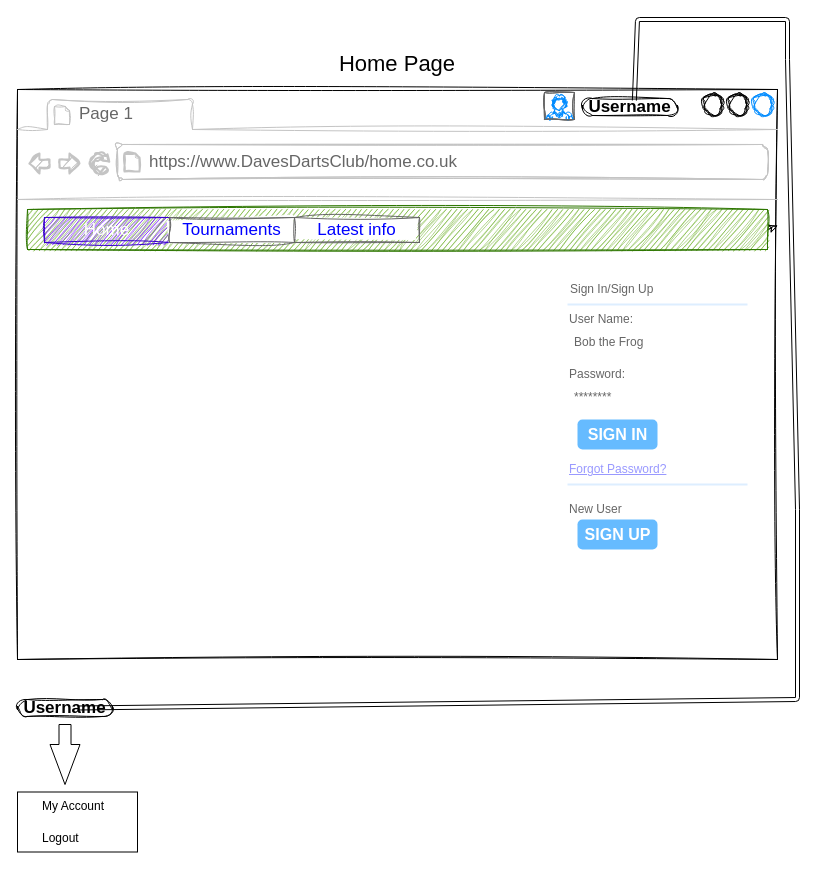
davechampion-dev/DavesDartsClub keeps this draw.io diagram as page "Home Page" (1 of 5) of docs/Design.drawio. Above is the earlier version. Source tidied: cells renumbered, new cells numbered last; positions are measured from the earlier drawing's top-left corner, leaving out a move shared by most shapes. Both pictures are drawn from the tidied source at 100%, with x=0, y=0 at pixel (17, 19).
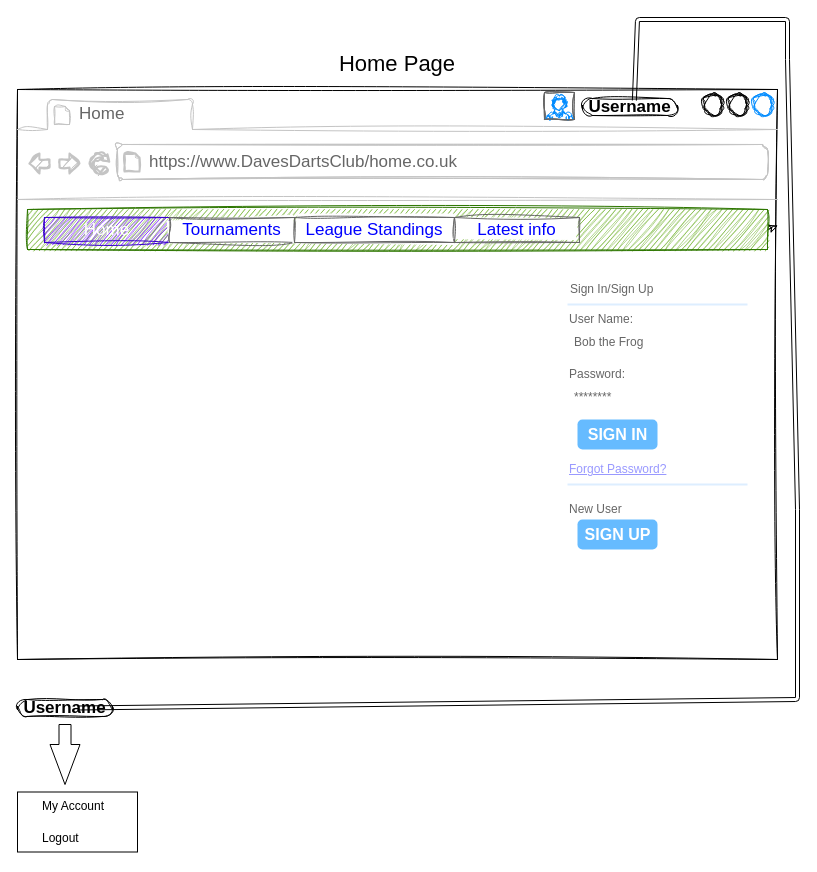
Above is the later version.

Unchanged cells that the change refers to:
```xml
<mxCell id="2" style="strokeWidth=1;shadow=0;dashed=0;align=center;html=1;shape=mxgraph.mockup.containers.browserWindow;rSize=0;strokeColor2=#008cff;strokeColor3=#c4c4c4;mainText=,;sketch=1;curveFitting=1;jiggle=2;" parent="1" vertex="1">
  <mxGeometry y="70" width="760" height="570" as="geometry" />
</mxCell>
```

Diff of the diagram source:
```diff
@@
-    <mxCell id="3" value="Page 1" style="strokeWidth=1;shadow=0;dashed=0;align=center;html=1;shape=mxgraph.mockup.containers.anchor;fontSize=17;fontColor=#666666;align=left;whiteSpace=wrap;sketch=1;curveFitting=1;jiggle=2;" parent="2" vertex="1">
+    <mxCell id="3" value="Home" style="strokeWidth=1;shadow=0;dashed=0;align=center;html=1;shape=mxgraph.mockup.containers.anchor;fontSize=17;fontColor=#666666;align=left;whiteSpace=wrap;sketch=1;curveFitting=1;jiggle=2;" parent="2" vertex="1">
       <mxGeometry x="60" y="12" width="110" height="26" as="geometry" />
     </mxCell>
@@
     <mxCell id="31" style="swimlane;shape=mxgraph.bootstrap.anchor;strokeColor=#666666;fillColor=#ffffff;fontColor=#0000FF;fontStyle=0;horizontal=0;startSize=0;whiteSpace=wrap;html=1;sketch=1;curveFitting=1;jiggle=2;" parent="1" vertex="1">
-      <mxGeometry x="27" y="198" width="375" height="25" as="geometry" />
+      <mxGeometry x="27" y="198" width="535" height="25" as="geometry" />
     </mxCell>
-    <mxCell id="32" value="Home" style="text;strokeColor=#3700CC;align=center;verticalAlign=middle;spacingLeft=10;spacingRight=10;overflow=hidden;whiteSpace=wrap;html=1;fillColor=#6a00ff;fontColor=#ffffff;fontSize=17;sketch=1;curveFitting=1;jiggle=2;" parent="31" vertex="1">
+    <mxCell id="32" value="Home" style="text;strokeColor=#3700CC;align=center;verticalAlign=middle;spacingLeft=10;spacingRight=10;overflow=hidden;whiteSpace=wrap;html=1;fillColor=#6a00ff;fontColor=light-dark(#FFFFFF,#FFFFFF);fontSize=17;sketch=1;curveFitting=1;jiggle=2;" parent="31" vertex="1">
       <mxGeometry width="125" height="25" as="geometry" />
     </mxCell>
@@
+    <mxCell id="35" value="League Standings" style="text;strokeColor=inherit;align=center;verticalAlign=middle;spacingLeft=10;spacingRight=10;overflow=hidden;whiteSpace=wrap;html=1;fillColor=inherit;fontColor=inherit;fontSize=17;sketch=1;curveFitting=1;jiggle=2;" parent="31" vertex="1">
+      <mxGeometry x="250" width="160" height="25" as="geometry" />
+    </mxCell>
     <mxCell id="34" value="Latest info" style="text;strokeColor=inherit;align=center;verticalAlign=middle;spacingLeft=10;spacingRight=10;overflow=hidden;whiteSpace=wrap;html=1;fillColor=inherit;fontColor=inherit;fontSize=17;sketch=1;curveFitting=1;jiggle=2;" parent="31" vertex="1">
-      <mxGeometry x="250" width="125" height="25" as="geometry" />
+      <mxGeometry x="410" width="125" height="25" as="geometry" />
     </mxCell>
```
